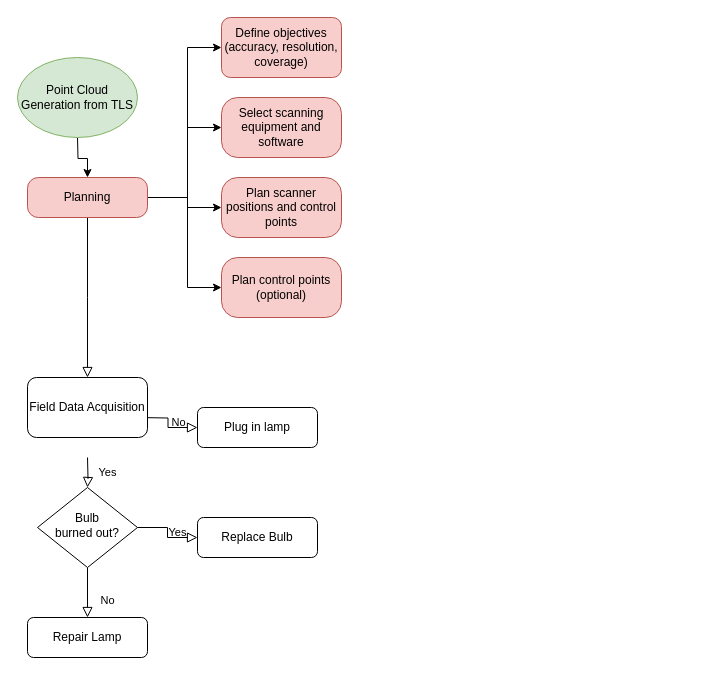
This is Flowchart_pointCloud_TLS.drawio from fbrandao2k/Point_Cloud_TLS, a draw.io file, before an edit. Source tidied: cells renumbered, new cells numbered last; positions are measured from the earlier drawing's top-left corner, leaving out a move shared by most shapes. Both pictures are drawn from the tidied source at 100%, with x=0, y=0 at pixel (17, 17).
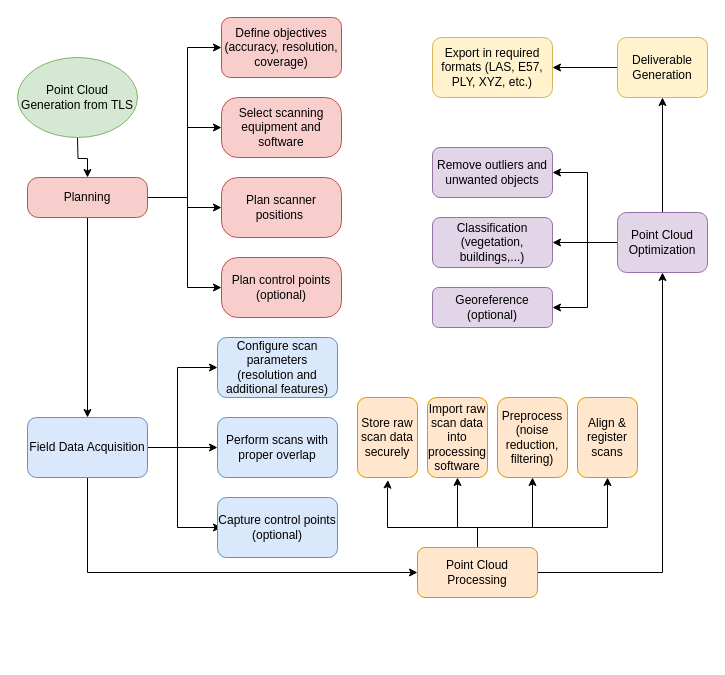
The same page after the edit.

The change refers to these unchanged cells:
```xml
<mxCell id="7" value="Planning" style="rounded=1;whiteSpace=wrap;html=1;fontSize=12;glass=0;strokeWidth=1;shadow=0;fillColor=#f8cecc;strokeColor=#b85450;arcSize=27;" parent="1" vertex="1">
  <mxGeometry x="10" y="160" width="120" height="40" as="geometry" />
</mxCell>
```

The edit, as a diff of the source:
```diff
@@
-    <mxCell id="2" style="rounded=0;html=1;jettySize=auto;fontSize=11;endArrow=block;endFill=0;endSize=8;strokeWidth=1;shadow=0;labelBackgroundColor=none;edgeStyle=orthogonalEdgeStyle;" parent="1" edge="1" source="7">
-      <mxGeometry relative="1" as="geometry">
-        <mxPoint x="70" y="360" as="targetPoint" />
-      </mxGeometry>
-    </mxCell>
@@
+    <mxCell id="23" style="edgeStyle=orthogonalEdgeStyle;rounded=0;jettySize=auto;html=1;entryX=0.5;entryY=0;entryDx=0;entryDy=0;" parent="1" edge="1" source="7" target="22">
+      <mxGeometry relative="1" as="geometry" />
+    </mxCell>
@@
-    <mxCell id="8" value="Yes" style="rounded=0;html=1;jettySize=auto;fontSize=11;endArrow=block;endFill=0;endSize=8;strokeWidth=1;shadow=0;labelBackgroundColor=none;edgeStyle=orthogonalEdgeStyle;" parent="1" edge="1" target="13">
-      <mxGeometry y="20" relative="1" as="geometry">
-        <mxPoint x="70" y="440" as="sourcePoint" />
-      </mxGeometry>
-    </mxCell>
-    <mxCell id="9" value="No" style="edgeStyle=orthogonalEdgeStyle;rounded=0;html=1;jettySize=auto;fontSize=11;endArrow=block;endFill=0;endSize=8;strokeWidth=1;shadow=0;labelBackgroundColor=none;" parent="1" edge="1" target="10">
-      <mxGeometry y="10" relative="1" as="geometry">
-        <mxPoint x="120" y="400" as="sourcePoint" />
-      </mxGeometry>
-    </mxCell>
-    <mxCell id="10" value="Plug in lamp" style="rounded=1;whiteSpace=wrap;html=1;fontSize=12;glass=0;strokeWidth=1;shadow=0;" parent="1" vertex="1">
-      <mxGeometry x="180" y="390" width="120" height="40" as="geometry" />
-    </mxCell>
-    <mxCell id="11" value="No" style="rounded=0;html=1;jettySize=auto;fontSize=11;endArrow=block;endFill=0;endSize=8;strokeWidth=1;shadow=0;labelBackgroundColor=none;edgeStyle=orthogonalEdgeStyle;" parent="1" edge="1" source="13" target="14">
-      <mxGeometry x="0.33" y="20" relative="1" as="geometry" />
-    </mxCell>
-    <mxCell id="12" value="Yes" style="edgeStyle=orthogonalEdgeStyle;rounded=0;html=1;jettySize=auto;fontSize=11;endArrow=block;endFill=0;endSize=8;strokeWidth=1;shadow=0;labelBackgroundColor=none;" parent="1" edge="1" source="13" target="15">
-      <mxGeometry y="10" relative="1" as="geometry" />
-    </mxCell>
-    <mxCell id="13" value="Bulb&lt;br&gt;burned out?" style="rhombus;whiteSpace=wrap;html=1;shadow=0;fontFamily=Helvetica;fontSize=12;align=center;strokeWidth=1;spacing=6;spacingTop=-4;" parent="1" vertex="1">
-      <mxGeometry x="20" y="470" width="100" height="80" as="geometry" />
-    </mxCell>
-    <mxCell id="14" value="Repair Lamp" style="rounded=1;whiteSpace=wrap;html=1;fontSize=12;glass=0;strokeWidth=1;shadow=0;" parent="1" vertex="1">
-      <mxGeometry x="10" y="600" width="120" height="40" as="geometry" />
-    </mxCell>
-    <mxCell id="15" value="Replace Bulb" style="rounded=1;whiteSpace=wrap;html=1;fontSize=12;glass=0;strokeWidth=1;shadow=0;" parent="1" vertex="1">
-      <mxGeometry x="180" y="500" width="120" height="40" as="geometry" />
-    </mxCell>
@@
-    <mxCell id="20" value="Plan scanner positions and control points" style="whiteSpace=wrap;html=1;fillColor=#f8cecc;strokeColor=#b85450;rounded=1;glass=0;strokeWidth=1;shadow=0;arcSize=27;" parent="1" vertex="1">
+    <mxCell id="20" value="Plan scanner positions&amp;nbsp;" style="whiteSpace=wrap;html=1;fillColor=#f8cecc;strokeColor=#b85450;rounded=1;glass=0;strokeWidth=1;shadow=0;arcSize=27;" parent="1" vertex="1">
       <mxGeometry x="204" y="160" width="120" height="60" as="geometry" />
     </mxCell>
@@
+    <mxCell id="24" style="edgeStyle=orthogonalEdgeStyle;rounded=0;jettySize=auto;html=1;" parent="1" edge="1" source="22" target="28">
+      <mxGeometry relative="1" as="geometry">
+        <Array as="points">
+          <mxPoint x="160" y="430" />
+          <mxPoint x="160" y="350" />
+        </Array>
+      </mxGeometry>
+    </mxCell>
+    <mxCell id="25" style="edgeStyle=orthogonalEdgeStyle;rounded=0;jettySize=auto;html=1;" parent="1" edge="1" source="22" target="29">
+      <mxGeometry relative="1" as="geometry">
+        <Array as="points">
+          <mxPoint x="140" y="430" />
+          <mxPoint x="140" y="430" />
+        </Array>
+      </mxGeometry>
+    </mxCell>
+    <mxCell id="26" style="edgeStyle=orthogonalEdgeStyle;rounded=0;jettySize=auto;html=1;exitX=1;exitY=0.5;exitDx=0;exitDy=0;" parent="1" edge="1" source="22">
+      <mxGeometry relative="1" as="geometry">
+        <mxPoint x="204" y="510" as="targetPoint" />
+        <Array as="points">
+          <mxPoint x="160" y="430" />
+          <mxPoint x="160" y="510" />
+        </Array>
+      </mxGeometry>
+    </mxCell>
+    <mxCell id="27" style="edgeStyle=orthogonalEdgeStyle;rounded=0;jettySize=auto;html=1;entryX=0;entryY=0.5;entryDx=0;entryDy=0;" parent="1" edge="1" source="22" target="40">
+      <mxGeometry relative="1" as="geometry">
+        <Array as="points">
+          <mxPoint x="70" y="555" />
+        </Array>
+      </mxGeometry>
+    </mxCell>
-    <mxCell id="22" value="Field Data Acquisition" style="rounded=1;whiteSpace=wrap;html=1;" parent="1" vertex="1">
-      <mxGeometry x="10" y="360" width="120" height="60" as="geometry" />
+    <mxCell id="22" value="Field Data Acquisition" style="rounded=1;whiteSpace=wrap;html=1;fillColor=#dae8fc;strokeColor=#6c8ebf;" parent="1" vertex="1">
+      <mxGeometry x="10" y="400" width="120" height="60" as="geometry" />
     </mxCell>
+    <mxCell id="28" value="Configure scan parameters (resolution and additional features)" style="whiteSpace=wrap;html=1;rounded=1;fillColor=#dae8fc;strokeColor=#6c8ebf;" parent="1" vertex="1">
+      <mxGeometry x="200" y="320" width="120" height="60" as="geometry" />
+    </mxCell>
+    <mxCell id="29" value="Perform scans with proper overlap" style="whiteSpace=wrap;html=1;rounded=1;fillColor=#dae8fc;strokeColor=#6c8ebf;" parent="1" vertex="1">
+      <mxGeometry x="200" y="400" width="120" height="60" as="geometry" />
+    </mxCell>
+    <mxCell id="30" value="Capture control points (optional)" style="whiteSpace=wrap;html=1;rounded=1;fillColor=#dae8fc;strokeColor=#6c8ebf;" parent="1" vertex="1">
+      <mxGeometry x="200" y="480" width="120" height="60" as="geometry" />
+    </mxCell>
+    <mxCell id="31" style="edgeStyle=orthogonalEdgeStyle;rounded=0;jettySize=auto;html=1;entryX=0.508;entryY=1.032;entryDx=0;entryDy=0;entryPerimeter=0;" parent="1" edge="1" target="35">
+      <mxGeometry relative="1" as="geometry">
+        <mxPoint x="460" y="530" as="sourcePoint" />
+        <Array as="points">
+          <mxPoint x="460" y="510" />
+          <mxPoint x="370" y="510" />
+          <mxPoint x="370" y="470" />
+          <mxPoint x="371" y="470" />
+        </Array>
+      </mxGeometry>
+    </mxCell>
+    <mxCell id="32" style="edgeStyle=orthogonalEdgeStyle;rounded=0;jettySize=auto;html=1;entryX=0.5;entryY=1;entryDx=0;entryDy=0;" parent="1" edge="1" target="38">
+      <mxGeometry relative="1" as="geometry">
+        <mxPoint x="460" y="530" as="sourcePoint" />
+        <Array as="points">
+          <mxPoint x="460" y="510" />
+          <mxPoint x="515" y="510" />
+        </Array>
+      </mxGeometry>
+    </mxCell>
+    <mxCell id="33" style="edgeStyle=orthogonalEdgeStyle;rounded=0;jettySize=auto;html=1;" parent="1" edge="1" target="36">
+      <mxGeometry relative="1" as="geometry">
+        <mxPoint x="460" y="530" as="sourcePoint" />
+        <Array as="points">
+          <mxPoint x="460" y="510" />
+          <mxPoint x="590" y="510" />
+        </Array>
+      </mxGeometry>
+    </mxCell>
+    <mxCell id="34" style="edgeStyle=orthogonalEdgeStyle;rounded=0;jettySize=auto;html=1;" parent="1" edge="1" target="37">
+      <mxGeometry relative="1" as="geometry">
+        <mxPoint x="460" y="530" as="sourcePoint" />
+        <Array as="points">
+          <mxPoint x="460" y="510" />
+          <mxPoint x="440" y="510" />
+        </Array>
+      </mxGeometry>
+    </mxCell>
+    <mxCell id="35" value="Store raw scan data securely" style="rounded=1;whiteSpace=wrap;html=1;fillColor=#ffe6cc;strokeColor=#d79b00;" parent="1" vertex="1">
+      <mxGeometry x="340" y="380" width="60" height="80" as="geometry" />
+    </mxCell>
+    <mxCell id="36" value="Align &amp;amp; register scans" style="rounded=1;whiteSpace=wrap;html=1;fillColor=#ffe6cc;strokeColor=#d79b00;" parent="1" vertex="1">
+      <mxGeometry x="560" y="380" width="60" height="80" as="geometry" />
+    </mxCell>
+    <mxCell id="37" value="Import raw scan data into processing software" style="rounded=1;whiteSpace=wrap;html=1;fillColor=#ffe6cc;strokeColor=#d79b00;" parent="1" vertex="1">
+      <mxGeometry x="410" y="380" width="60" height="80" as="geometry" />
+    </mxCell>
+    <mxCell id="38" value="&lt;div&gt;Preprocess (noise reduction, filtering)&lt;/div&gt;" style="rounded=1;whiteSpace=wrap;html=1;fillColor=#ffe6cc;strokeColor=#d79b00;" parent="1" vertex="1">
+      <mxGeometry x="480" y="380" width="70" height="80" as="geometry" />
+    </mxCell>
+    <mxCell id="39" style="edgeStyle=orthogonalEdgeStyle;rounded=0;jettySize=auto;html=1;entryX=0.5;entryY=1;entryDx=0;entryDy=0;" parent="1" edge="1" target="45">
+      <mxGeometry relative="1" as="geometry">
+        <mxPoint x="510" y="555" as="sourcePoint" />
+        <Array as="points">
+          <mxPoint x="645" y="555" />
+        </Array>
+      </mxGeometry>
+    </mxCell>
+    <mxCell id="40" value="Point Cloud Processing" style="rounded=1;whiteSpace=wrap;html=1;fillColor=#ffe6cc;strokeColor=#d79b00;" parent="1" vertex="1">
+      <mxGeometry x="400" y="530" width="120" height="50" as="geometry" />
+    </mxCell>
+    <mxCell id="41" style="edgeStyle=orthogonalEdgeStyle;rounded=0;jettySize=auto;html=1;" parent="1" edge="1" source="45" target="46">
+      <mxGeometry relative="1" as="geometry">
+        <Array as="points">
+          <mxPoint x="570" y="225" />
+          <mxPoint x="570" y="290" />
+        </Array>
+      </mxGeometry>
+    </mxCell>
+    <mxCell id="42" style="edgeStyle=orthogonalEdgeStyle;rounded=0;jettySize=auto;html=1;" parent="1" edge="1" source="45" target="47">
+      <mxGeometry relative="1" as="geometry">
+        <Array as="points">
+          <mxPoint x="590" y="225" />
+          <mxPoint x="590" y="225" />
+        </Array>
+      </mxGeometry>
+    </mxCell>
+    <mxCell id="43" style="edgeStyle=orthogonalEdgeStyle;rounded=0;jettySize=auto;html=1;" parent="1" edge="1" source="45" target="48">
+      <mxGeometry relative="1" as="geometry">
+        <Array as="points">
+          <mxPoint x="570" y="225" />
+          <mxPoint x="570" y="155" />
+        </Array>
+      </mxGeometry>
+    </mxCell>
+    <mxCell id="44" style="edgeStyle=orthogonalEdgeStyle;rounded=0;jettySize=auto;html=1;" parent="1" edge="1" source="45" target="50">
+      <mxGeometry relative="1" as="geometry" />
+    </mxCell>
+    <mxCell id="45" value="Point Cloud Optimization" style="rounded=1;whiteSpace=wrap;html=1;fillColor=#e1d5e7;strokeColor=#9673a6;" parent="1" vertex="1">
+      <mxGeometry x="600" y="195" width="90" height="60" as="geometry" />
+    </mxCell>
+    <mxCell id="46" value="Georeference (optional)" style="whiteSpace=wrap;html=1;rounded=1;fillColor=#e1d5e7;strokeColor=#9673a6;" parent="1" vertex="1">
+      <mxGeometry x="415" y="270" width="120" height="40" as="geometry" />
+    </mxCell>
+    <mxCell id="47" value="Classification (vegetation, buildings,...)" style="whiteSpace=wrap;html=1;rounded=1;fillColor=#e1d5e7;strokeColor=#9673a6;" parent="1" vertex="1">
+      <mxGeometry x="415" y="200" width="120" height="50" as="geometry" />
+    </mxCell>
+    <mxCell id="48" value="Remove outliers and unwanted objects" style="whiteSpace=wrap;html=1;rounded=1;fillColor=#e1d5e7;strokeColor=#9673a6;" parent="1" vertex="1">
+      <mxGeometry x="415" y="130" width="120" height="50" as="geometry" />
+    </mxCell>
+    <mxCell id="49" style="edgeStyle=orthogonalEdgeStyle;rounded=0;jettySize=auto;html=1;" parent="1" edge="1" source="50" target="51">
+      <mxGeometry relative="1" as="geometry" />
+    </mxCell>
+    <mxCell id="50" value="Deliverable Generation" style="rounded=1;whiteSpace=wrap;html=1;fillColor=#fff2cc;strokeColor=#d6b656;" parent="1" vertex="1">
+      <mxGeometry x="600" y="20" width="90" height="60" as="geometry" />
+    </mxCell>
+    <mxCell id="51" value="&lt;div&gt;Export in required formats (LAS, E57, PLY, XYZ, etc.)&lt;/div&gt;" style="whiteSpace=wrap;html=1;fillColor=#fff2cc;strokeColor=#d6b656;rounded=1;" parent="1" vertex="1">
+      <mxGeometry x="415" y="20" width="120" height="60" as="geometry" />
+    </mxCell>
```
